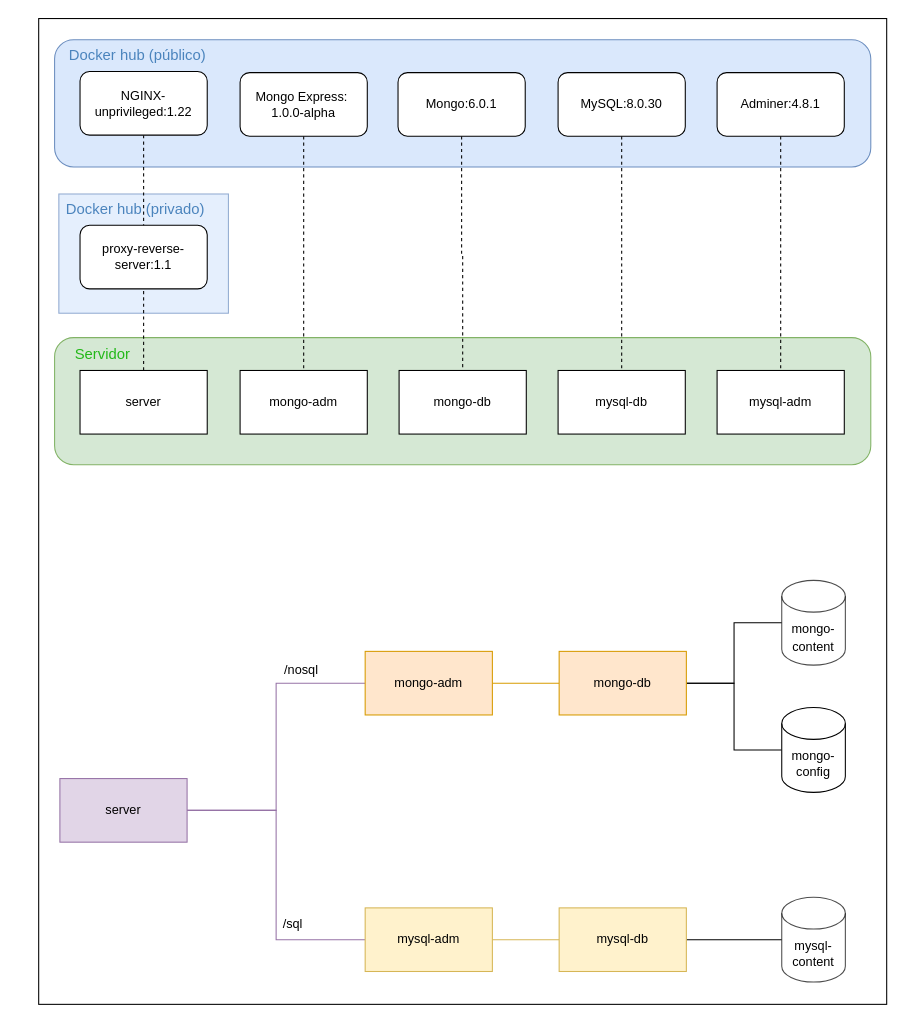
This is system.drawio from vinipilan9999/docker-project, a draw.io file, before an edit. Source tidied: cells renumbered, new cells numbered last; positions are measured from the earlier drawing's top-left corner, leaving out a move shared by most shapes. Both pictures are drawn from the tidied source at 106%, with x=0, y=0 at pixel (18, 18).
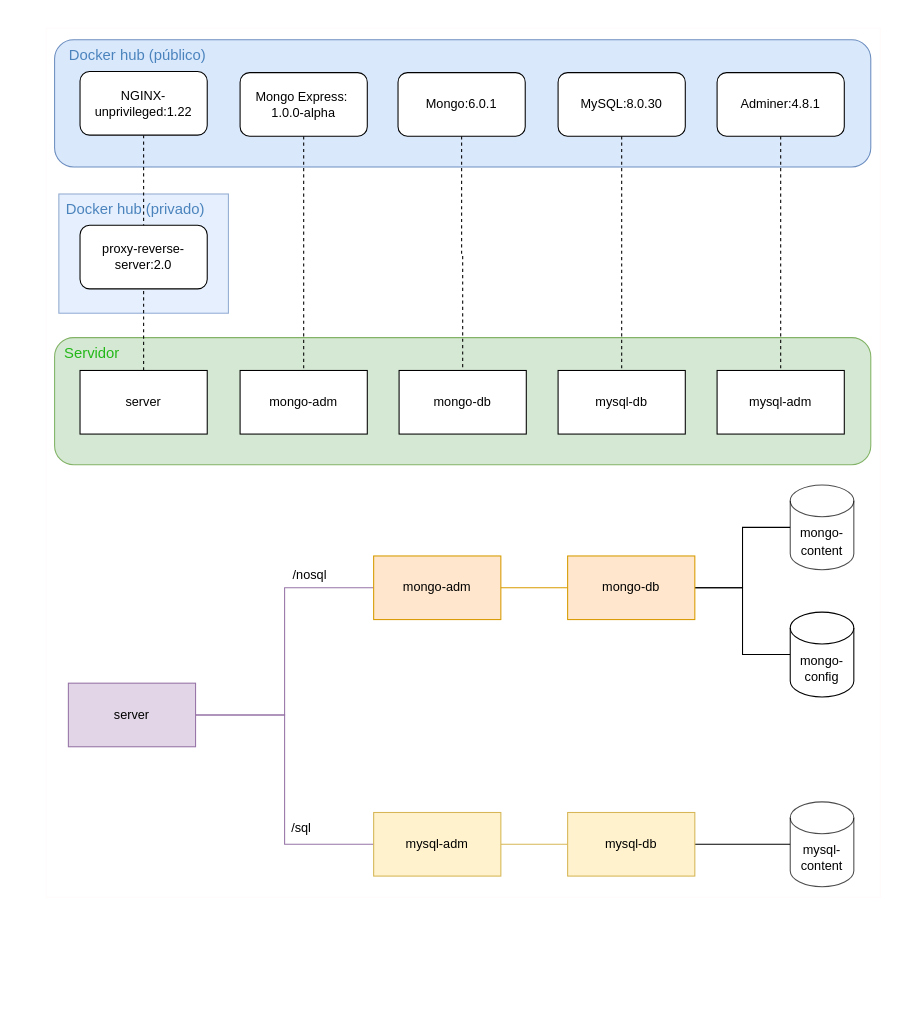
The same diagram, later.

Change to the diagram source:
```diff
@@
     <mxCell id="18" value="server" style="rounded=0;whiteSpace=wrap;html=1;fillColor=#e1d5e7;strokeColor=#9673a6;" parent="1" vertex="1">
-      <mxGeometry x="39" y="717" width="120" height="60" as="geometry" />
+      <mxGeometry x="47" y="627" width="120" height="60" as="geometry" />
     </mxCell>
@@
     <mxCell id="20" value="mongo-adm" style="rounded=0;whiteSpace=wrap;html=1;fillColor=#ffe6cc;strokeColor=#d79b00;" parent="1" vertex="1">
-      <mxGeometry x="327" y="597" width="120" height="60" as="geometry" />
+      <mxGeometry x="335" y="507" width="120" height="60" as="geometry" />
     </mxCell>
@@
     <mxCell id="23" value="mongo-db" style="rounded=0;whiteSpace=wrap;html=1;fillColor=#ffe6cc;strokeColor=#d79b00;" parent="1" vertex="1">
-      <mxGeometry x="510" y="597" width="120" height="60" as="geometry" />
+      <mxGeometry x="518" y="507" width="120" height="60" as="geometry" />
     </mxCell>
@@
     <mxCell id="25" value="mysql-db" style="rounded=0;whiteSpace=wrap;html=1;fillColor=#fff2cc;strokeColor=#d6b656;" parent="1" vertex="1">
-      <mxGeometry x="510" y="839" width="120" height="60" as="geometry" />
+      <mxGeometry x="518" y="749" width="120" height="60" as="geometry" />
     </mxCell>
@@
     <mxCell id="27" value="mysql-adm" style="rounded=0;whiteSpace=wrap;html=1;fillColor=#fff2cc;strokeColor=#d6b656;" parent="1" vertex="1">
-      <mxGeometry x="327" y="839" width="120" height="60" as="geometry" />
+      <mxGeometry x="335" y="749" width="120" height="60" as="geometry" />
     </mxCell>
     <mxCell id="28" value="/nosql" style="text;html=1;align=center;verticalAlign=middle;whiteSpace=wrap;rounded=0;" parent="1" vertex="1">
-      <mxGeometry x="237" y="600" width="60" height="30" as="geometry" />
+      <mxGeometry x="245" y="510" width="60" height="30" as="geometry" />
     </mxCell>
     <mxCell id="29" value="/sql" style="text;html=1;align=center;verticalAlign=middle;whiteSpace=wrap;rounded=0;" parent="1" vertex="1">
-      <mxGeometry x="229" y="839" width="60" height="30" as="geometry" />
+      <mxGeometry x="237" y="749" width="60" height="30" as="geometry" />
     </mxCell>
@@
     <mxCell id="31" value="&lt;font style=&quot;font-weight: normal;&quot;&gt;Servidor&lt;/font&gt;" style="text;html=1;strokeColor=none;fillColor=none;align=center;verticalAlign=middle;whiteSpace=wrap;rounded=0;fontColor=#23B818;fontStyle=1;fontSize=14;" parent="1" vertex="1">
-      <mxGeometry y="302" width="159" height="30" as="geometry" />
+      <mxGeometry x="35" y="301" width="69" height="30" as="geometry" />
     </mxCell>
@@
-    <mxCell id="33" value="proxy-reverse-server:1.1" style="rounded=1;whiteSpace=wrap;html=1;" parent="1" vertex="1">
+    <mxCell id="33" value="proxy-reverse-server:2.0" style="rounded=1;whiteSpace=wrap;html=1;" parent="1" vertex="1">
       <mxGeometry x="58" y="195" width="120" height="60" as="geometry" />
     </mxCell>
@@
     <mxCell id="39" value="&lt;font style=&quot;font-size: 12px;&quot; color=&quot;#000000&quot;&gt;mongo-content&lt;/font&gt;" style="shape=cylinder3;whiteSpace=wrap;html=1;boundedLbl=1;backgroundOutline=1;size=15;fontSize=14;fontColor=#23B818;fillColor=default;opacity=70;" parent="1" vertex="1">
-      <mxGeometry x="720" y="530" width="60" height="80" as="geometry" />
+      <mxGeometry x="728" y="440" width="60" height="80" as="geometry" />
     </mxCell>
     <mxCell id="40" value="mysql-content" style="shape=cylinder3;whiteSpace=wrap;html=1;boundedLbl=1;backgroundOutline=1;size=15;fontSize=12;fontColor=#000000;fillColor=default;opacity=70;" parent="1" vertex="1">
-      <mxGeometry x="720" y="829" width="60" height="80" as="geometry" />
+      <mxGeometry x="728" y="739" width="60" height="80" as="geometry" />
     </mxCell>
     <mxCell id="41" value="mongo-config" style="shape=cylinder3;whiteSpace=wrap;html=1;boundedLbl=1;backgroundOutline=1;size=15;" parent="1" vertex="1">
-      <mxGeometry x="720" y="650" width="60" height="80" as="geometry" />
+      <mxGeometry x="728" y="560" width="60" height="80" as="geometry" />
     </mxCell>
-    <mxCell id="42" style="rounded=0;whiteSpace=wrap;html=1;fillColor=none;" parent="1" vertex="1">
-      <mxGeometry x="19" width="800" height="930" as="geometry" />
+    <mxCell id="42" style="rounded=0;whiteSpace=wrap;html=1;fillColor=none;strokeColor=#FFFBFA;" parent="1" vertex="1">
+      <mxGeometry x="26" y="9" width="787" height="820" as="geometry" />
     </mxCell>
```
